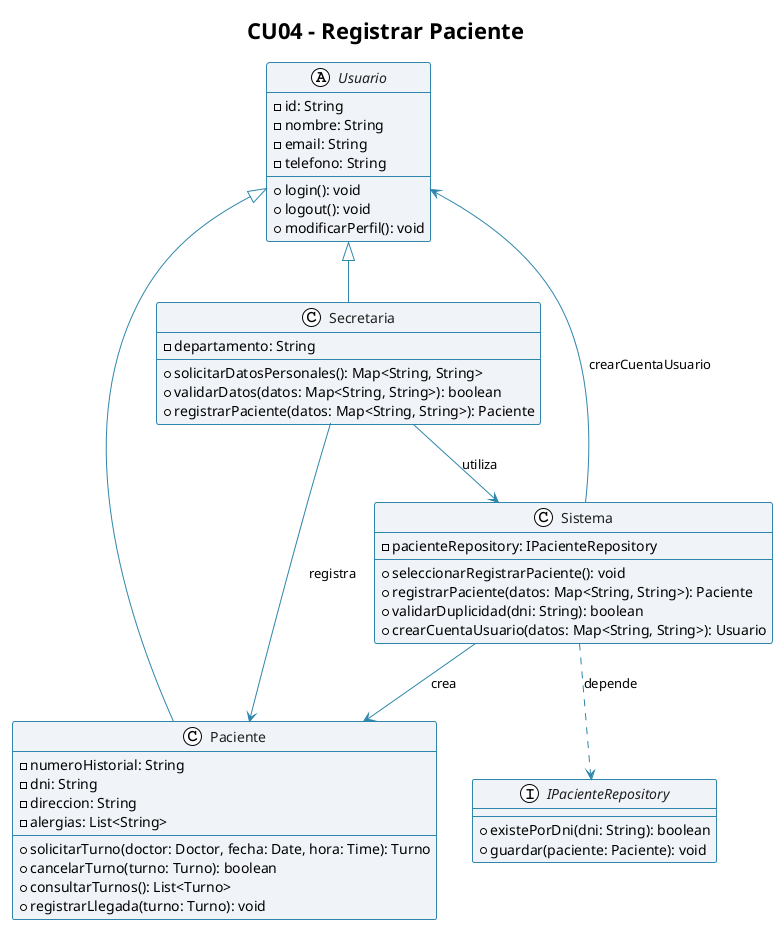
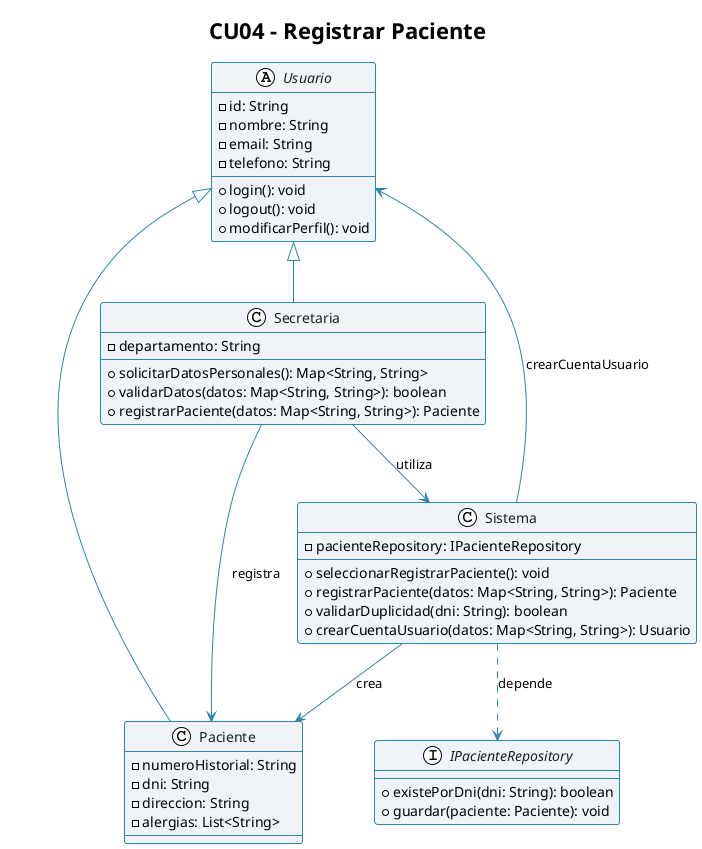
@startuml
!theme plain
title CU04 - Registrar Paciente

skinparam class {
    BackgroundColor #F0F4F8
    BorderColor #2E86AB
    ArrowColor #2E86AB
    FontColor #1F1F1F
}

abstract class Usuario {
    - id: String
    - nombre: String
    - email: String
    - telefono: String
    ---
    + login(): void
    + logout(): void
    + modificarPerfil(): void
}

class Paciente {
    - numeroHistorial: String
    - dni: String
    - direccion: String
    - alergias: List<String>
-     ---
-     + solicitarTurno(doctor: Doctor, fecha: Date, hora: Time): Turno
-     + cancelarTurno(turno: Turno): boolean
-     + consultarTurnos(): List<Turno>
-     + registrarLlegada(turno: Turno): void
}

class Secretaria {
    - departamento: String
    ---
    + solicitarDatosPersonales(): Map<String, String>
    + validarDatos(datos: Map<String, String>): boolean
    + registrarPaciente(datos: Map<String, String>): Paciente
}

interface IPacienteRepository {
    + existePorDni(dni: String): boolean
    + guardar(paciente: Paciente): void
}

class Sistema {
    - pacienteRepository: IPacienteRepository
    ---
    + seleccionarRegistrarPaciente(): void
    + registrarPaciente(datos: Map<String, String>): Paciente
    + validarDuplicidad(dni: String): boolean
    + crearCuentaUsuario(datos: Map<String, String>): Usuario
}

Usuario <|-- Paciente
Usuario <|-- Secretaria

Secretaria --> Sistema : utiliza
Secretaria --> Paciente : registra
Sistema ..> IPacienteRepository : depende
Sistema --> Paciente : crea
Sistema --> Usuario : crearCuentaUsuario

@enduml